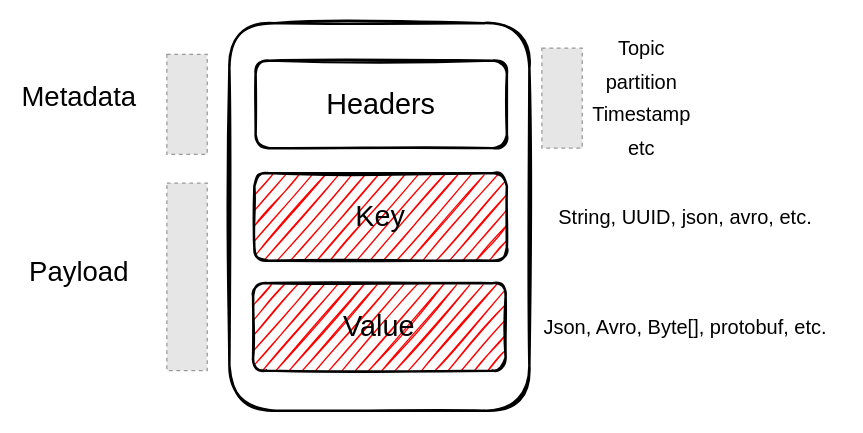
Above: labs/.vuepress/public/record.drawio in Zenika/nc-kafka-fundamentals (draw.io), before the change. Source tidied: cells renumbered, new cells numbered last; positions are measured from the earlier drawing's top-left corner, leaving out a move shared by most shapes. Both pictures are drawn from the tidied source at 125%, with x=0, y=0 at pixel (54, 22). Pictures stored in the file or linked from it are replaced by grey dashed boxes.
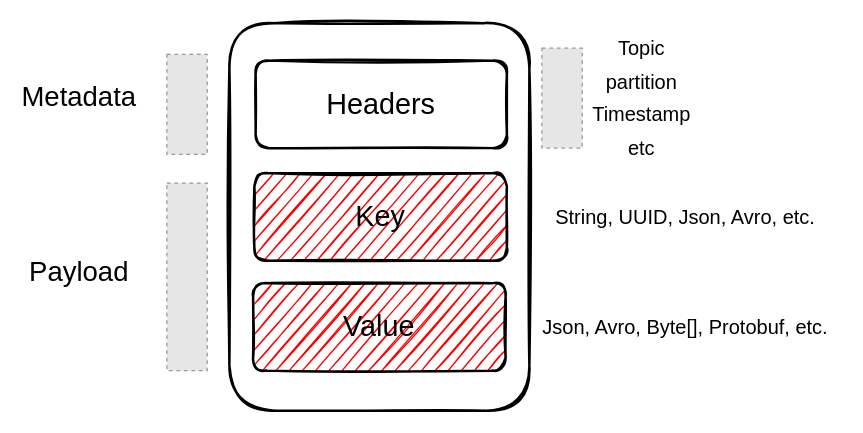
Above is the later version.

The edit, as a diff of the source:
```diff
@@
 <mxGraphModel>
   <root>
     <mxCell id="0" />
     <mxCell id="1" parent="0" />
     <mxCell id="2" style="rounded=1;whiteSpace=wrap;html=1;shadow=0;glass=0;sketch=1;strokeColor=#000000;strokeWidth=2;fillColor=none;fontFamily=Helvetica;fontSize=22;" parent="1" vertex="1">
       <mxGeometry x="140" width="240" height="310" as="geometry" />
     </mxCell>
     <mxCell id="3" value="&lt;font style=&quot;font-size: 23px&quot;&gt;Key&lt;br&gt;&lt;/font&gt;" style="rounded=1;whiteSpace=wrap;html=1;sketch=1;strokeWidth=2;glass=0;fillStyle=hachure;fillColor=#FF0000;" parent="1" vertex="1">
       <mxGeometry x="160" y="120" width="202" height="70" as="geometry" />
     </mxCell>
     <mxCell id="4" value="&lt;font style=&quot;font-size: 23px ; line-height: 120%&quot;&gt;Headers&lt;/font&gt;" style="rounded=1;whiteSpace=wrap;html=1;sketch=1;strokeWidth=2;glass=0;fillStyle=auto;fillColor=none;verticalAlign=middle;" parent="1" vertex="1">
       <mxGeometry x="161" y="30" width="201" height="70" as="geometry" />
     </mxCell>
     <mxCell id="5" value="&lt;font style=&quot;font-size: 23px&quot;&gt;Value&lt;br&gt;&lt;/font&gt;" style="rounded=1;whiteSpace=wrap;html=1;sketch=1;strokeWidth=2;glass=0;fillStyle=hachure;fillColor=#FF0000;" parent="1" vertex="1">
       <mxGeometry x="159" y="208" width="202" height="70" as="geometry" />
     </mxCell>
     <mxCell id="6" style="fillColor=#E6E6E6;strokeColor=#999999;dashed=1;verticalLabelPosition=bottom;labelBackgroundColor=#ffffff;verticalAlign=top;" parent="1" vertex="1">
       <mxGeometry x="90" y="25" width="32.3" height="80" as="geometry" />
     </mxCell>
     <mxCell id="7" style="fillColor=#E6E6E6;strokeColor=#999999;dashed=1;verticalLabelPosition=bottom;labelBackgroundColor=#ffffff;verticalAlign=top;" parent="1" vertex="1">
       <mxGeometry x="90" y="128" width="32.3" height="150" as="geometry" />
     </mxCell>
     <mxCell id="8" style="fillColor=#E6E6E6;strokeColor=#999999;dashed=1;verticalLabelPosition=bottom;labelBackgroundColor=#ffffff;verticalAlign=top;" parent="1" vertex="1">
       <mxGeometry x="390" y="20" width="32.3" height="80" as="geometry" />
     </mxCell>
     <mxCell id="9" value="&lt;font style=&quot;font-size: 22px&quot;&gt;Metadata&lt;/font&gt;" style="text;html=1;strokeColor=none;fillColor=none;align=center;verticalAlign=middle;whiteSpace=wrap;rounded=0;" parent="1" vertex="1">
       <mxGeometry y="50" width="40" height="20" as="geometry" />
     </mxCell>
     <mxCell id="10" value="&lt;font style=&quot;font-size: 22px&quot;&gt;Payload&lt;/font&gt;" style="text;html=1;strokeColor=none;fillColor=none;align=center;verticalAlign=middle;whiteSpace=wrap;rounded=0;" parent="1" vertex="1">
       <mxGeometry y="190" width="40" height="20" as="geometry" />
     </mxCell>
     <mxCell id="11" value="&lt;font style=&quot;font-size: 16px&quot;&gt;Topic&lt;/font&gt;" style="text;html=1;strokeColor=none;fillColor=none;align=center;verticalAlign=middle;whiteSpace=wrap;rounded=0;" parent="1" vertex="1">
       <mxGeometry x="450" y="10" width="40" height="20" as="geometry" />
     </mxCell>
     <mxCell id="12" value="&lt;font style=&quot;font-size: 16px&quot;&gt;partition&lt;/font&gt;" style="text;html=1;strokeColor=none;fillColor=none;align=center;verticalAlign=middle;whiteSpace=wrap;rounded=0;" parent="1" vertex="1">
       <mxGeometry x="450" y="37" width="40" height="20" as="geometry" />
     </mxCell>
     <mxCell id="13" value="&lt;font style=&quot;font-size: 16px&quot;&gt;Timestamp&lt;/font&gt;" style="text;html=1;strokeColor=none;fillColor=none;align=center;verticalAlign=middle;whiteSpace=wrap;rounded=0;" parent="1" vertex="1">
       <mxGeometry x="456" y="66" width="28" height="14" as="geometry" />
     </mxCell>
     <mxCell id="14" value="&lt;font style=&quot;font-size: 16px&quot;&gt;etc&lt;/font&gt;" style="text;html=1;strokeColor=none;fillColor=none;align=center;verticalAlign=middle;whiteSpace=wrap;rounded=0;" parent="1" vertex="1">
       <mxGeometry x="450" y="90" width="40" height="20" as="geometry" />
     </mxCell>
-    <mxCell id="15" value="&lt;span id=&quot;docs-internal-guid-a0653a05-7fff-1545-cffd-bda5a87fad5a&quot;&gt;&lt;p dir=&quot;ltr&quot; style=&quot;line-height: 1.2 ; margin-top: 0pt ; margin-bottom: 0pt&quot;&gt;&lt;span style=&quot;font-size: 12pt ; font-family: &amp;#34;source sans pro&amp;#34; , sans-serif ; background-color: transparent ; vertical-align: baseline&quot;&gt;String, UUID, json, avro, etc.&lt;/span&gt;&lt;/p&gt;&lt;/span&gt;" style="text;html=1;strokeColor=none;fillColor=none;align=center;verticalAlign=middle;whiteSpace=wrap;rounded=0;" parent="1" vertex="1">
+    <mxCell id="15" value="&lt;span id=&quot;docs-internal-guid-a0653a05-7fff-1545-cffd-bda5a87fad5a&quot;&gt;&lt;p dir=&quot;ltr&quot; style=&quot;line-height: 1.2 ; margin-top: 0pt ; margin-bottom: 0pt&quot;&gt;&lt;span style=&quot;font-size: 12pt ; font-family: &amp;#34;source sans pro&amp;#34; , sans-serif ; background-color: transparent ; vertical-align: baseline&quot;&gt;String, UUID, Json, Avro, etc.&lt;/span&gt;&lt;/p&gt;&lt;/span&gt;" style="text;html=1;strokeColor=none;fillColor=none;align=center;verticalAlign=middle;whiteSpace=wrap;rounded=0;" parent="1" vertex="1">
       <mxGeometry x="380" y="145" width="250" height="20" as="geometry" />
     </mxCell>
-    <mxCell id="16" value="&lt;span id=&quot;docs-internal-guid-18b8db85-7fff-3fd9-40c8-86e0b2681085&quot;&gt;&lt;p dir=&quot;ltr&quot; style=&quot;line-height: 1.2 ; margin-top: 0pt ; margin-bottom: 0pt&quot;&gt;&lt;span style=&quot;font-size: 12pt ; font-family: &amp;#34;source sans pro&amp;#34; , sans-serif ; background-color: transparent ; vertical-align: baseline&quot;&gt;Json, Avro, Byte[], protobuf, etc.&lt;/span&gt;&lt;/p&gt;&lt;/span&gt;" style="text;html=1;strokeColor=none;fillColor=none;align=center;verticalAlign=middle;whiteSpace=wrap;rounded=0;" parent="1" vertex="1">
+    <mxCell id="16" value="&lt;span id=&quot;docs-internal-guid-18b8db85-7fff-3fd9-40c8-86e0b2681085&quot;&gt;&lt;p dir=&quot;ltr&quot; style=&quot;line-height: 1.2 ; margin-top: 0pt ; margin-bottom: 0pt&quot;&gt;&lt;span style=&quot;font-size: 12pt ; font-family: &amp;#34;source sans pro&amp;#34; , sans-serif ; background-color: transparent ; vertical-align: baseline&quot;&gt;Json, Avro, Byte[], Protobuf, etc.&lt;/span&gt;&lt;/p&gt;&lt;/span&gt;" style="text;html=1;strokeColor=none;fillColor=none;align=center;verticalAlign=middle;whiteSpace=wrap;rounded=0;" parent="1" vertex="1">
       <mxGeometry x="380" y="233" width="250" height="20" as="geometry" />
     </mxCell>
   </root>
 </mxGraphModel>
```
